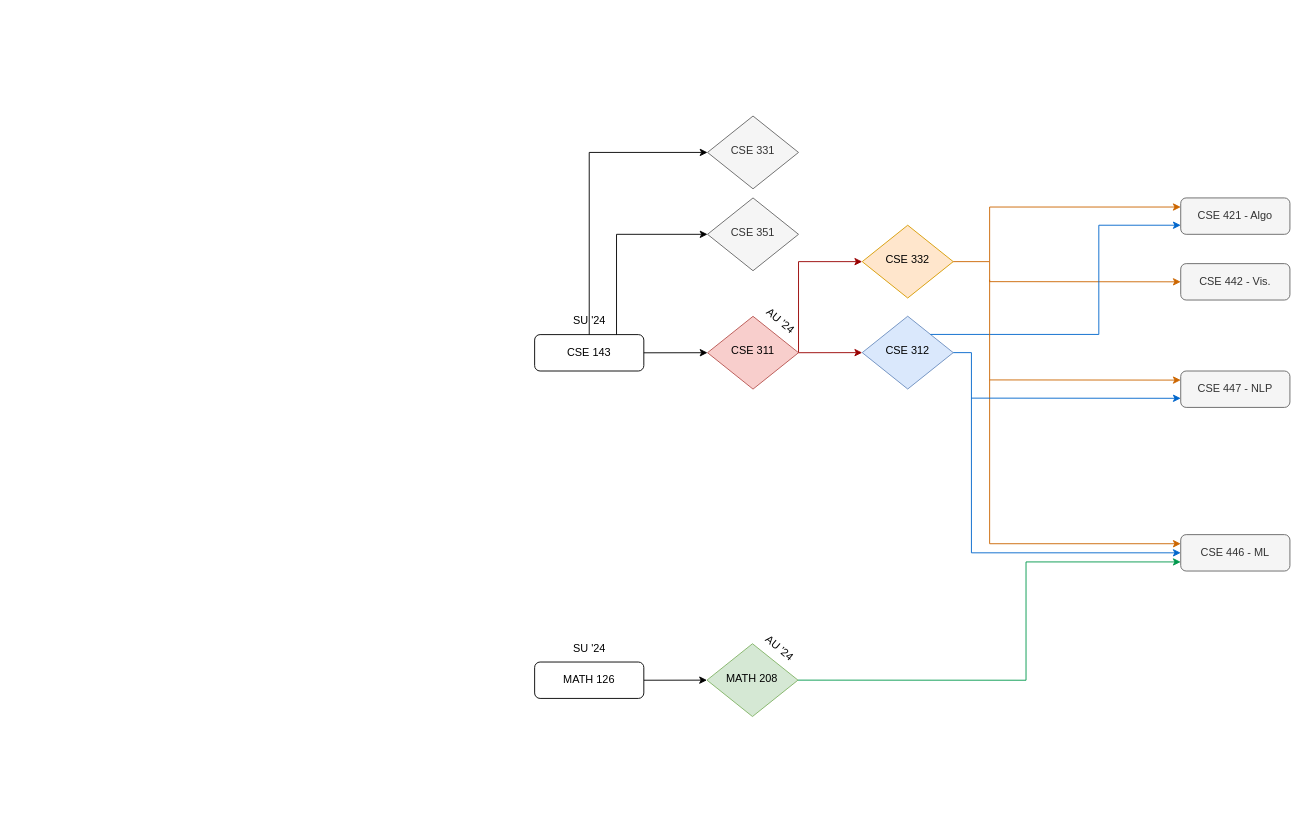
Before: cse_coursemap.drawio in vickycye/vickycye, a draw.io diagram. Source tidied: cells renumbered, new cells numbered last; positions are measured from the earlier drawing's top-left corner, leaving out a move shared by most shapes. Both pictures are drawn from the tidied source at 91%, with x=0, y=0 at pixel (534, 116).
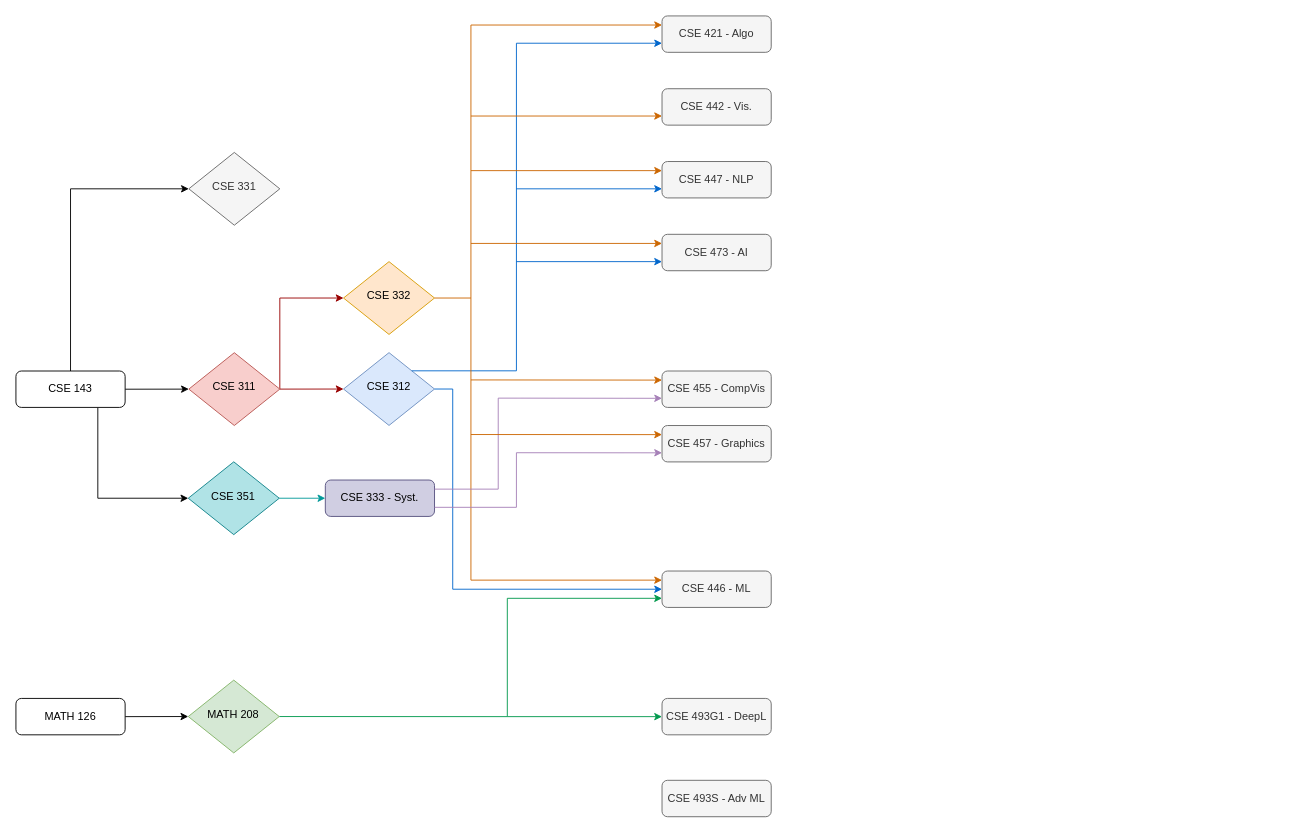
The same diagram, later.

Commit message:
completed near future course mapping

Diff of the diagram source:
```diff
@@
     <mxCell id="3" value="CSE 312" style="rhombus;whiteSpace=wrap;html=1;shadow=0;fontFamily=Helvetica;fontSize=12;align=center;strokeWidth=1;spacing=6;spacingTop=-4;fillColor=#dae8fc;strokeColor=#6c8ebf;" parent="1" vertex="1">
-      <mxGeometry x="360" y="220" width="100" height="80" as="geometry" />
+      <mxGeometry x="-210" y="260" width="100" height="80" as="geometry" />
     </mxCell>
     <mxCell id="4" value="CSE 332" style="rhombus;whiteSpace=wrap;html=1;shadow=0;fontFamily=Helvetica;fontSize=12;align=center;strokeWidth=1;spacing=6;spacingTop=-4;fillColor=#ffe6cc;strokeColor=#d79b00;" parent="1" vertex="1">
-      <mxGeometry x="360" y="120" width="100" height="80" as="geometry" />
+      <mxGeometry x="-210" y="160" width="100" height="80" as="geometry" />
     </mxCell>
     <mxCell id="5" style="endArrow=classic;html=1;rounded=0;entryX=0;entryY=0.5;entryDx=0;entryDy=0;exitX=1;exitY=0.5;exitDx=0;exitDy=0;strokeColor=#990000;" parent="1" edge="1" source="14" target="4">
       <mxGeometry relative="1" as="geometry">
         <Array as="points">
-          <mxPoint x="290" y="160" />
+          <mxPoint x="-280" y="200" />
         </Array>
       </mxGeometry>
     </mxCell>
     <mxCell id="6" value="CSE 331" style="rhombus;whiteSpace=wrap;html=1;shadow=0;fontFamily=Helvetica;fontSize=12;align=center;strokeWidth=1;spacing=6;spacingTop=-4;fillColor=#f5f5f5;fontColor=#333333;strokeColor=#666666;" parent="1" vertex="1">
-      <mxGeometry x="190" width="100" height="80" as="geometry" />
+      <mxGeometry x="-380" y="40" width="100" height="80" as="geometry" />
     </mxCell>
-    <mxCell id="7" style="group;" parent="1" vertex="1">
-      <mxGeometry y="570" width="120" height="70" as="geometry" />
-    </mxCell>
-    <mxCell id="8" value="MATH 126" style="rounded=1;whiteSpace=wrap;html=1;" parent="7" vertex="1">
-      <mxGeometry y="30" width="120" height="40" as="geometry" />
-    </mxCell>
-    <mxCell id="9" value="SU '24" style="text;html=1;align=center;verticalAlign=middle;strokeColor=none;fillColor=none;" parent="7" vertex="1">
-      <mxGeometry x="30" width="60" height="30" as="geometry" />
-    </mxCell>
-    <mxCell id="10" style="group;" parent="1" vertex="1">
-      <mxGeometry y="210.2" width="120" height="70" as="geometry" />
-    </mxCell>
-    <mxCell id="11" value="CSE 143" style="rounded=1;whiteSpace=wrap;html=1;fontSize=12;glass=0;strokeWidth=1;shadow=0;" parent="10" vertex="1">
-      <mxGeometry y="30" width="120" height="40" as="geometry" />
-    </mxCell>
-    <mxCell id="12" value="SU '24" style="text;html=1;align=center;verticalAlign=middle;strokeColor=none;fillColor=none;" parent="10" vertex="1">
-      <mxGeometry x="30" width="60" height="30" as="geometry" />
-    </mxCell>
-    <mxCell id="13" style="group;" parent="1" vertex="1">
-      <mxGeometry x="190" y="194.3" width="112.6" height="105.8" as="geometry" />
-    </mxCell>
-    <mxCell id="14" value="CSE 311" style="rhombus;whiteSpace=wrap;html=1;shadow=0;fontFamily=Helvetica;fontSize=12;align=center;strokeWidth=1;spacing=6;spacingTop=-4;fillColor=#f8cecc;strokeColor=#b85450;" parent="13" vertex="1">
-      <mxGeometry y="25.8" width="100" height="80" as="geometry" />
-    </mxCell>
-    <mxCell id="15" value="AU '24" style="text;html=1;align=center;verticalAlign=middle;strokeColor=none;fillColor=none;rotation=40;" parent="13" vertex="1">
-      <mxGeometry x="50" y="15.8" width="60" height="30" as="geometry" />
-    </mxCell>
-    <mxCell id="16" style="group;" parent="1" vertex="1">
-      <mxGeometry x="189.4" y="554.1" width="112.6" height="105.8" as="geometry" />
-    </mxCell>
-    <mxCell id="17" value="MATH 208" style="rhombus;whiteSpace=wrap;html=1;shadow=0;fontFamily=Helvetica;fontSize=12;align=center;strokeWidth=1;spacing=6;spacingTop=-4;fillColor=#d5e8d4;strokeColor=#82b366;" parent="16" vertex="1">
-      <mxGeometry y="25.8" width="100" height="80" as="geometry" />
-    </mxCell>
-    <mxCell id="18" value="AU '24" style="text;html=1;align=center;verticalAlign=middle;strokeColor=none;fillColor=none;rotation=40;" parent="16" vertex="1">
-      <mxGeometry x="50" y="15.8" width="60" height="30" as="geometry" />
-    </mxCell>
     <mxCell id="19" style="endArrow=classic;html=1;rounded=0;entryX=0;entryY=0.5;entryDx=0;entryDy=0;exitX=0.5;exitY=0;exitDx=0;exitDy=0;" parent="1" edge="1" source="11" target="6">
       <mxGeometry relative="1" as="geometry">
         <Array as="points">
-          <mxPoint x="60" y="40" />
+          <mxPoint x="-510" y="80" />
         </Array>
       </mxGeometry>
     </mxCell>
-    <mxCell id="20" value="CSE 351" style="rhombus;whiteSpace=wrap;html=1;shadow=0;fontFamily=Helvetica;fontSize=12;align=center;strokeWidth=1;spacing=6;spacingTop=-4;fillColor=#f5f5f5;fontColor=#333333;strokeColor=#666666;" parent="1" vertex="1">
-      <mxGeometry x="190" y="90" width="100" height="80" as="geometry" />
+    <mxCell id="20" value="CSE 351" style="rhombus;whiteSpace=wrap;html=1;shadow=0;fontFamily=Helvetica;fontSize=12;align=center;strokeWidth=1;spacing=6;spacingTop=-4;fillColor=#b0e3e6;strokeColor=#0e8088;" parent="1" vertex="1">
+      <mxGeometry x="-380.6" y="380" width="100" height="80" as="geometry" />
     </mxCell>
-    <mxCell id="21" style="endArrow=classic;html=1;rounded=0;exitX=0.75;exitY=0;exitDx=0;exitDy=0;entryX=0;entryY=0.5;entryDx=0;entryDy=0;" parent="1" edge="1" source="11" target="20">
+    <mxCell id="21" style="endArrow=classic;html=1;rounded=0;entryX=0;entryY=0.5;entryDx=0;entryDy=0;exitX=0.75;exitY=1;exitDx=0;exitDy=0;" parent="1" edge="1" source="11" target="20">
       <mxGeometry relative="1" as="geometry">
         <Array as="points">
-          <mxPoint x="90" y="130" />
+          <mxPoint x="-480" y="420" />
         </Array>
       </mxGeometry>
     </mxCell>
@@
     <mxCell id="23" value="CSE 421 - Algo" style="rounded=1;whiteSpace=wrap;html=1;fillColor=#f5f5f5;fontColor=#333333;strokeColor=#666666;" parent="1" vertex="1">
-      <mxGeometry x="710" y="90" width="120" height="40" as="geometry" />
+      <mxGeometry x="140" y="-110" width="120" height="40" as="geometry" />
     </mxCell>
     <mxCell id="24" style="endArrow=classic;html=1;rounded=0;exitX=1;exitY=0.5;exitDx=0;exitDy=0;entryX=0;entryY=0.25;entryDx=0;entryDy=0;strokeColor=#CC6600;" parent="1" edge="1" source="4" target="23">
       <mxGeometry relative="1" as="geometry">
         <Array as="points">
-          <mxPoint x="500" y="160" />
-          <mxPoint x="500" y="100" />
+          <mxPoint x="-70" y="200" />
+          <mxPoint x="-70" y="-100" />
         </Array>
       </mxGeometry>
     </mxCell>
     <mxCell id="25" value="CSE 442 - Vis." style="rounded=1;whiteSpace=wrap;html=1;fillColor=#f5f5f5;fontColor=#333333;strokeColor=#666666;" parent="1" vertex="1">
-      <mxGeometry x="710" y="162.2" width="120" height="40" as="geometry" />
+      <mxGeometry x="140" y="-30" width="120" height="40" as="geometry" />
     </mxCell>
-    <mxCell id="26" style="endArrow=classic;html=1;rounded=0;entryX=0;entryY=0.5;entryDx=0;entryDy=0;strokeColor=#CC6600;" parent="1" edge="1" target="25">
-      <mxGeometry relative="1" as="geometry">
-        <mxPoint x="500" y="160" as="sourcePoint" />
-        <Array as="points">
-          <mxPoint x="500" y="182" />
-        </Array>
-      </mxGeometry>
-    </mxCell>
     <mxCell id="27" value="CSE 446 - ML" style="rounded=1;whiteSpace=wrap;html=1;fillColor=#f5f5f5;fontColor=#333333;strokeColor=#666666;" parent="1" vertex="1">
-      <mxGeometry x="710" y="460" width="120" height="40" as="geometry" />
+      <mxGeometry x="140" y="500" width="120" height="40" as="geometry" />
     </mxCell>
     <mxCell id="28" style="endArrow=classic;html=1;rounded=0;exitX=1;exitY=0.5;exitDx=0;exitDy=0;entryX=0;entryY=0.75;entryDx=0;entryDy=0;strokeColor=#00994D;" parent="1" edge="1" source="17" target="27">
       <mxGeometry relative="1" as="geometry">
         <Array as="points">
-          <mxPoint x="540" y="620" />
-          <mxPoint x="540" y="490" />
+          <mxPoint x="-30" y="660" />
+          <mxPoint x="-30" y="530" />
         </Array>
       </mxGeometry>
     </mxCell>
     <mxCell id="29" style="endArrow=classic;html=1;rounded=0;exitX=1;exitY=0;exitDx=0;exitDy=0;entryX=0;entryY=0.75;entryDx=0;entryDy=0;strokeColor=#0066CC;" parent="1" edge="1" source="3" target="23">
       <mxGeometry relative="1" as="geometry">
         <Array as="points">
-          <mxPoint x="620" y="240" />
-          <mxPoint x="620" y="120" />
+          <mxPoint x="-20" y="280" />
+          <mxPoint x="-20" y="-80" />
         </Array>
       </mxGeometry>
     </mxCell>
     <mxCell id="30" style="endArrow=classic;html=1;rounded=0;exitX=1;exitY=0.5;exitDx=0;exitDy=0;entryX=0;entryY=0.5;entryDx=0;entryDy=0;strokeColor=#0066CC;" parent="1" edge="1" source="3" target="27">
       <mxGeometry relative="1" as="geometry">
         <Array as="points">
-          <mxPoint x="480" y="260" />
-          <mxPoint x="480" y="480" />
+          <mxPoint x="-90" y="300" />
+          <mxPoint x="-90" y="520" />
         </Array>
       </mxGeometry>
     </mxCell>
     <mxCell id="31" style="endArrow=classic;html=1;rounded=0;entryX=0;entryY=0.25;entryDx=0;entryDy=0;strokeColor=#CC6600;" parent="1" edge="1" target="27">
       <mxGeometry relative="1" as="geometry">
-        <mxPoint x="500" y="180" as="sourcePoint" />
+        <mxPoint x="-70" y="200" as="sourcePoint" />
         <Array as="points">
-          <mxPoint x="500" y="470" />
+          <mxPoint x="-70" y="510" />
         </Array>
       </mxGeometry>
     </mxCell>
     <mxCell id="32" style="endArrow=classic;html=1;rounded=0;exitX=1;exitY=0.5;exitDx=0;exitDy=0;entryX=0;entryY=0.5;entryDx=0;entryDy=0;strokeColor=#990000;" parent="1" edge="1" source="14" target="3">
       <mxGeometry relative="1" as="geometry">
         <Array as="points">
-          <mxPoint x="290" y="260" />
+          <mxPoint x="-280" y="300" />
         </Array>
       </mxGeometry>
     </mxCell>
     <mxCell id="33" value="CSE 447 - NLP" style="rounded=1;whiteSpace=wrap;html=1;fillColor=#f5f5f5;fontColor=#333333;strokeColor=#666666;" parent="1" vertex="1">
-      <mxGeometry x="710" y="280.2" width="120" height="40" as="geometry" />
+      <mxGeometry x="140" y="50" width="120" height="40" as="geometry" />
     </mxCell>
     <mxCell id="34" style="endArrow=classic;html=1;rounded=0;entryX=0;entryY=0.25;entryDx=0;entryDy=0;strokeColor=#CC6600;" parent="1" edge="1" target="33">
       <mxGeometry relative="1" as="geometry">
-        <mxPoint x="500" y="290" as="sourcePoint" />
+        <mxPoint x="-70" y="60" as="sourcePoint" />
       </mxGeometry>
     </mxCell>
     <mxCell id="35" style="endArrow=classic;html=1;rounded=0;entryX=0;entryY=0.75;entryDx=0;entryDy=0;strokeColor=#0066CC;" parent="1" edge="1" target="33">
       <mxGeometry relative="1" as="geometry">
-        <mxPoint x="480" y="310" as="sourcePoint" />
+        <mxPoint x="-20" y="80" as="sourcePoint" />
       </mxGeometry>
     </mxCell>
+    <mxCell id="36" value="CSE 333 - Syst." style="rounded=1;whiteSpace=wrap;html=1;fillColor=#d0cee2;strokeColor=#56517e;" parent="1" vertex="1">
+      <mxGeometry x="-230" y="400" width="120" height="40" as="geometry" />
+    </mxCell>
+    <mxCell id="37" style="endArrow=classic;html=1;rounded=0;entryX=0;entryY=0.5;entryDx=0;entryDy=0;strokeColor=#009999;exitX=1;exitY=0.5;exitDx=0;exitDy=0;" parent="1" edge="1" source="20" target="36">
+      <mxGeometry relative="1" as="geometry" />
+    </mxCell>
+    <mxCell id="38" value="CSE 455 - CompVis" style="rounded=1;whiteSpace=wrap;html=1;fillColor=#f5f5f5;fontColor=#333333;strokeColor=#666666;" parent="1" vertex="1">
+      <mxGeometry x="140" y="280.2" width="120" height="40" as="geometry" />
+    </mxCell>
+    <mxCell id="39" style="endArrow=classic;html=1;rounded=0;exitX=1;exitY=0.25;exitDx=0;exitDy=0;entryX=0;entryY=0.75;entryDx=0;entryDy=0;strokeColor=#A680B8;" parent="1" edge="1" source="36" target="38">
+      <mxGeometry relative="1" as="geometry">
+        <Array as="points">
+          <mxPoint x="-40" y="410" />
+          <mxPoint x="-40" y="310" />
+        </Array>
+      </mxGeometry>
+    </mxCell>
+    <mxCell id="40" style="endArrow=classic;html=1;rounded=0;entryX=0;entryY=0.25;entryDx=0;entryDy=0;strokeColor=#CC6600;" parent="1" edge="1" target="38">
+      <mxGeometry relative="1" as="geometry">
+        <mxPoint x="-70" y="290" as="sourcePoint" />
+      </mxGeometry>
+    </mxCell>
+    <mxCell id="14" value="CSE 311" style="rhombus;whiteSpace=wrap;html=1;shadow=0;fontFamily=Helvetica;fontSize=12;align=center;strokeWidth=1;spacing=6;spacingTop=-4;fillColor=#f8cecc;strokeColor=#b85450;" parent="1" vertex="1">
+      <mxGeometry x="-380" y="260.1" width="100" height="80" as="geometry" />
+    </mxCell>
+    <mxCell id="17" value="MATH 208" style="rhombus;whiteSpace=wrap;html=1;shadow=0;fontFamily=Helvetica;fontSize=12;align=center;strokeWidth=1;spacing=6;spacingTop=-4;fillColor=#d5e8d4;strokeColor=#82b366;" parent="1" vertex="1">
+      <mxGeometry x="-380.6" y="619.9" width="100" height="80" as="geometry" />
+    </mxCell>
+    <mxCell id="8" value="MATH 126" style="rounded=1;whiteSpace=wrap;html=1;" parent="1" vertex="1">
+      <mxGeometry x="-570" y="640" width="120" height="40" as="geometry" />
+    </mxCell>
+    <mxCell id="11" value="CSE 143" style="rounded=1;whiteSpace=wrap;html=1;fontSize=12;glass=0;strokeWidth=1;shadow=0;" parent="1" vertex="1">
+      <mxGeometry x="-570" y="280.2" width="120" height="40" as="geometry" />
+    </mxCell>
+    <mxCell id="41" style="endArrow=classic;html=1;rounded=0;exitX=1;exitY=0.75;exitDx=0;exitDy=0;strokeColor=#A680B8;entryX=0;entryY=0.75;entryDx=0;entryDy=0;" parent="1" edge="1" source="36" target="42">
+      <mxGeometry relative="1" as="geometry">
+        <Array as="points">
+          <mxPoint x="-20" y="430" />
+          <mxPoint x="-20" y="370" />
+        </Array>
+      </mxGeometry>
+    </mxCell>
+    <mxCell id="42" value="CSE 457 - Graphics" style="rounded=1;whiteSpace=wrap;html=1;fillColor=#f5f5f5;fontColor=#333333;strokeColor=#666666;" parent="1" vertex="1">
+      <mxGeometry x="140" y="340.1" width="120" height="40" as="geometry" />
+    </mxCell>
+    <mxCell id="43" style="endArrow=classic;html=1;rounded=0;entryX=0;entryY=0.25;entryDx=0;entryDy=0;strokeColor=#CC6600;" parent="1" edge="1" target="42">
+      <mxGeometry relative="1" as="geometry">
+        <mxPoint x="-70" y="350" as="sourcePoint" />
+      </mxGeometry>
+    </mxCell>
+    <mxCell id="44" style="endArrow=classic;html=1;rounded=0;entryX=0;entryY=0.75;entryDx=0;entryDy=0;strokeColor=#CC6600;" parent="1" edge="1" target="25">
+      <mxGeometry relative="1" as="geometry">
+        <mxPoint x="-70" as="sourcePoint" />
+      </mxGeometry>
+    </mxCell>
+    <mxCell id="45" value="CSE 473 - AI" style="rounded=1;whiteSpace=wrap;html=1;fillColor=#f5f5f5;fontColor=#333333;strokeColor=#666666;" parent="1" vertex="1">
+      <mxGeometry x="140" y="130" width="120" height="40" as="geometry" />
+    </mxCell>
+    <mxCell id="46" style="endArrow=classic;html=1;rounded=0;entryX=0;entryY=0.25;entryDx=0;entryDy=0;strokeColor=#CC6600;" parent="1" edge="1" target="45">
+      <mxGeometry relative="1" as="geometry">
+        <mxPoint x="-70" y="140" as="sourcePoint" />
+      </mxGeometry>
+    </mxCell>
+    <mxCell id="47" style="endArrow=classic;html=1;rounded=0;entryX=0;entryY=0.75;entryDx=0;entryDy=0;strokeColor=#0066CC;" parent="1" edge="1" target="45">
+      <mxGeometry relative="1" as="geometry">
+        <mxPoint x="-20" y="160" as="sourcePoint" />
+      </mxGeometry>
+    </mxCell>
+    <mxCell id="48" value="CSE 493G1 - DeepL" style="rounded=1;whiteSpace=wrap;html=1;fillColor=#f5f5f5;fontColor=#333333;strokeColor=#666666;" parent="1" vertex="1">
+      <mxGeometry x="140" y="640" width="120" height="40" as="geometry" />
+    </mxCell>
+    <mxCell id="49" style="endArrow=classic;html=1;rounded=0;entryX=0;entryY=0.5;entryDx=0;entryDy=0;strokeColor=#00994D;" parent="1" edge="1" target="48">
+      <mxGeometry relative="1" as="geometry">
+        <mxPoint x="-30" y="660" as="sourcePoint" />
+      </mxGeometry>
+    </mxCell>
+    <mxCell id="50" value="CSE 493S - Adv ML" style="rounded=1;whiteSpace=wrap;html=1;fillColor=#f5f5f5;fontColor=#333333;strokeColor=#666666;" parent="1" vertex="1">
+      <mxGeometry x="140" y="730" width="120" height="40" as="geometry" />
+    </mxCell>
```
